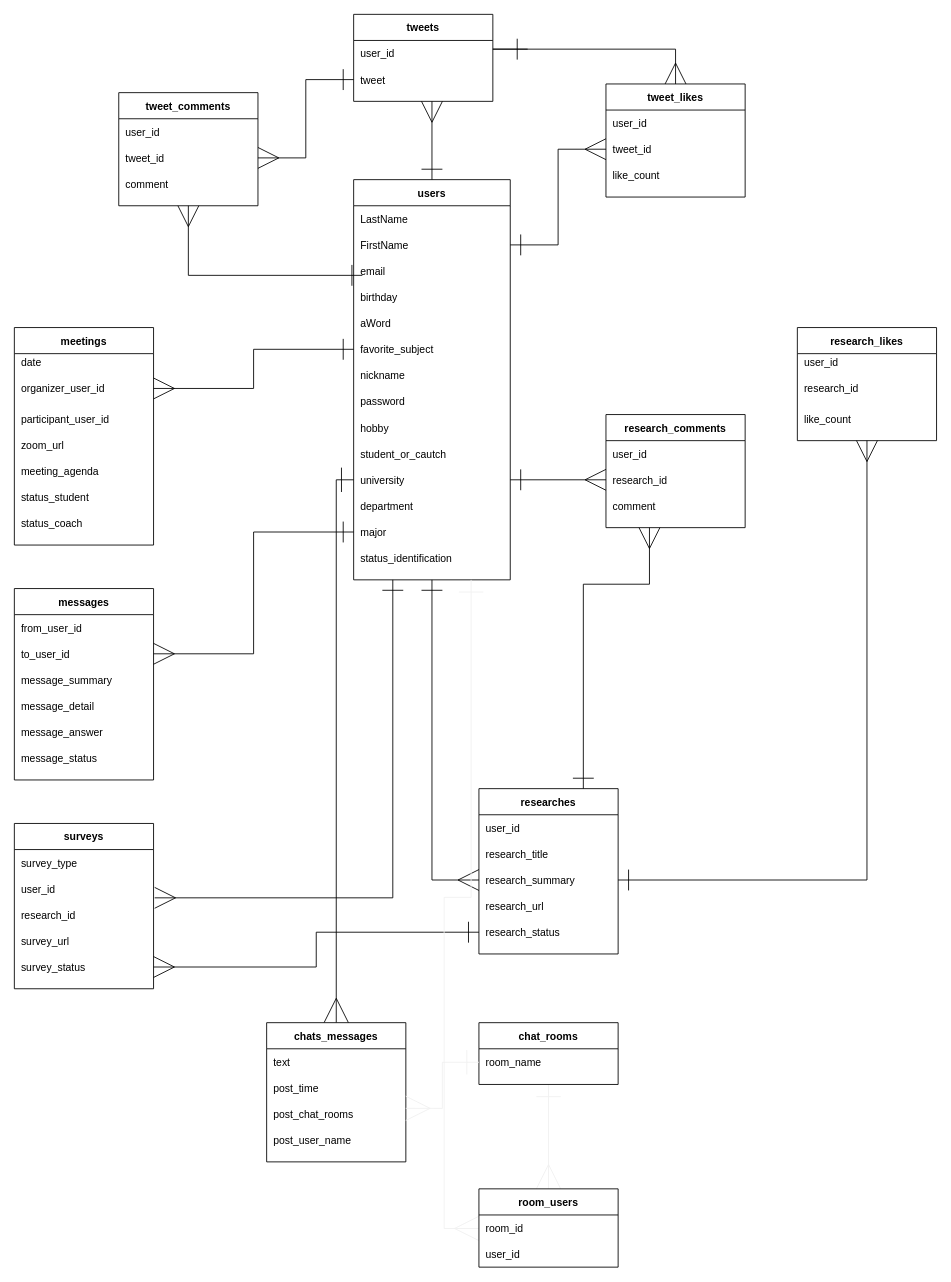
Above: ER.dio in unimarist/tucktter1_app (draw.io), before the change. Source tidied: cells renumbered, new cells numbered last; positions are measured from the earlier drawing's top-left corner, leaving out a move shared by most shapes. Both pictures are drawn from the tidied source at 87%, with x=0, y=0 at pixel (14, 14).
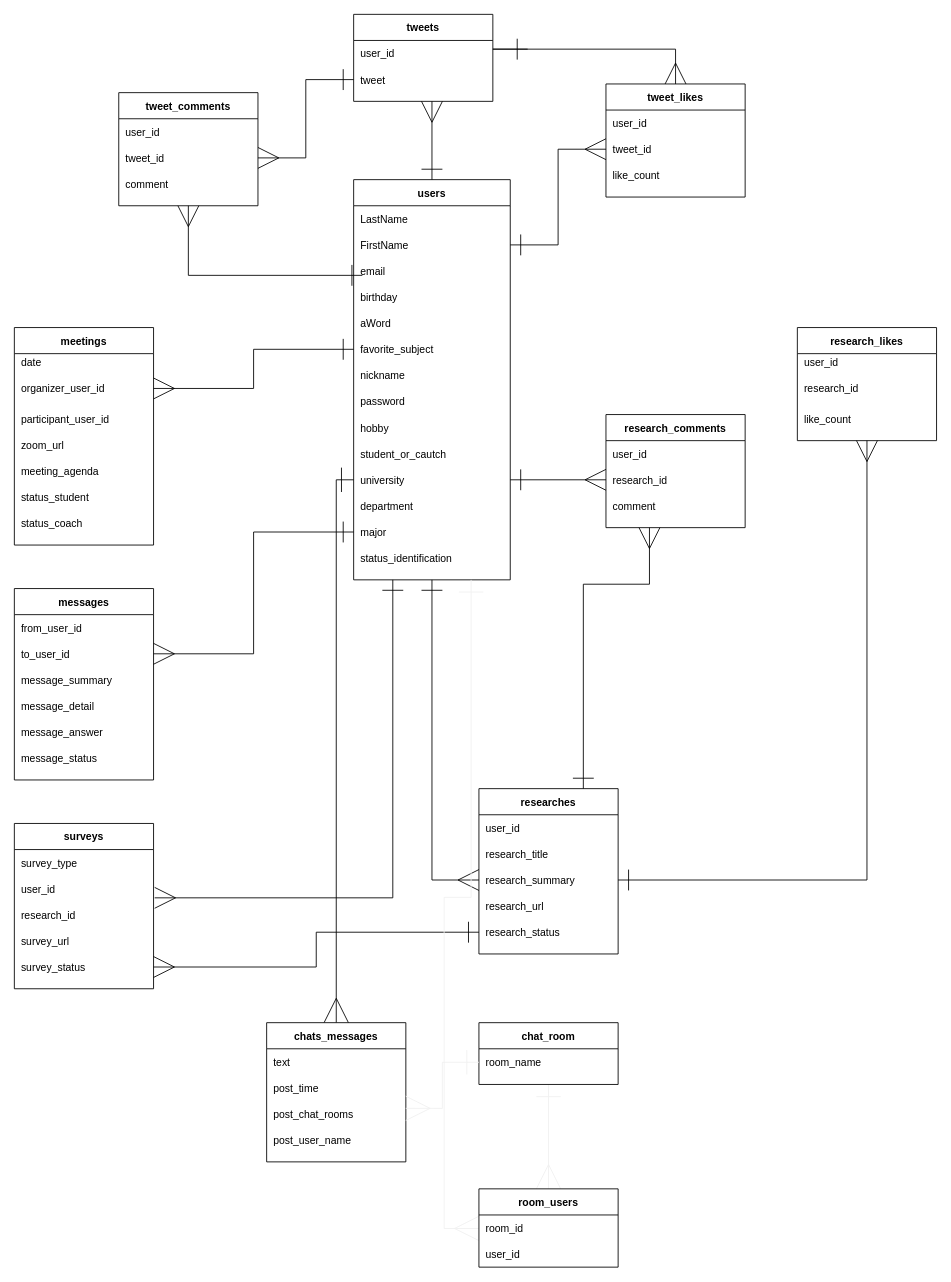
After the change.

Commit message (it also covers changes not shown here):
chat_roomモデルのアソシエーション設定

chat_roomモデルのアソシエーション設定

Change to the diagram source:
```diff
@@
-    <mxCell id="139" value="chat_rooms" style="shape=table;startSize=30;childLayout=tableLayout;rowLines=0;fontStyle=1;align=center;shadow=0;" parent="1" vertex="1">
+    <mxCell id="139" value="chat_room" style="shape=table;startSize=30;childLayout=tableLayout;rowLines=0;fontStyle=1;align=center;shadow=0;" parent="1" vertex="1">
       <mxGeometry x="534" y="1159" width="160" height="71" as="geometry" />
     </mxCell>
```
